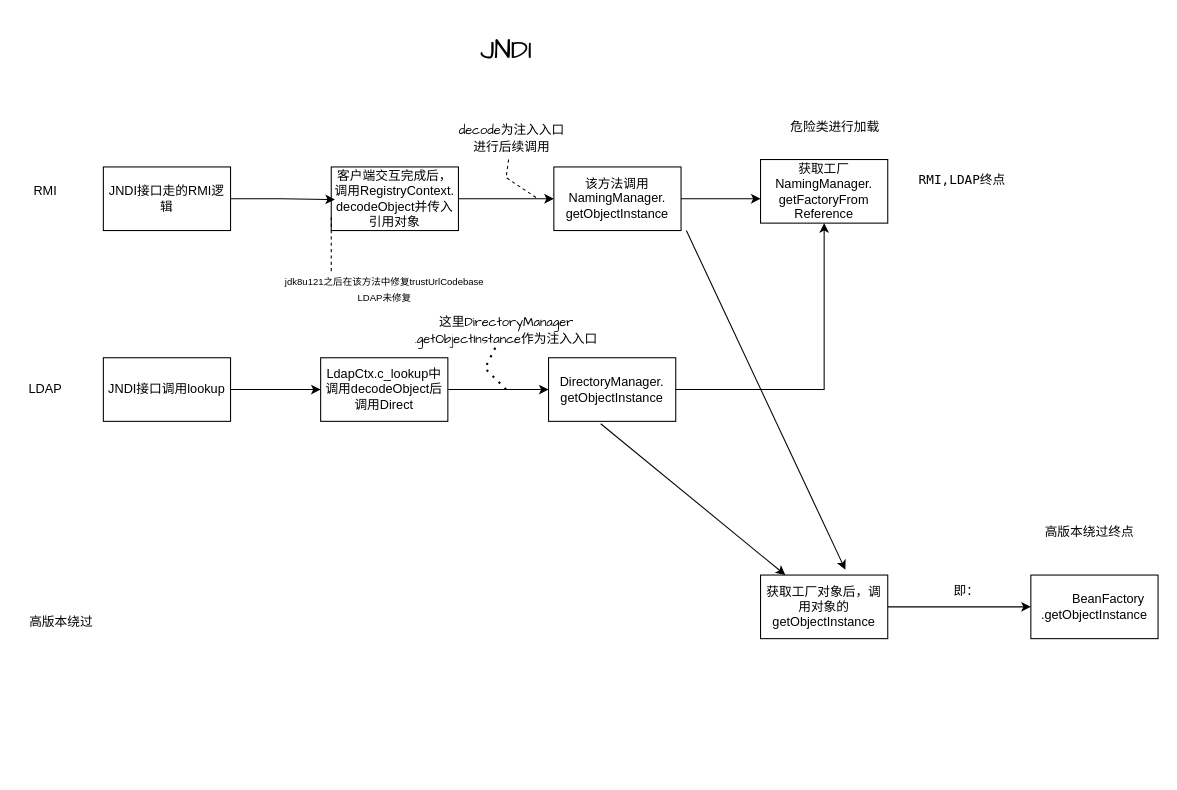
This is java_security.drawio from bxhhf/first-repo, a draw.io file, before an edit. Source tidied: cells renumbered, new cells numbered last; positions are measured from the earlier drawing's top-left corner, leaving out a move shared by most shapes. Both pictures are drawn from the tidied source at 106%, with x=0, y=0 at pixel (18, 18).
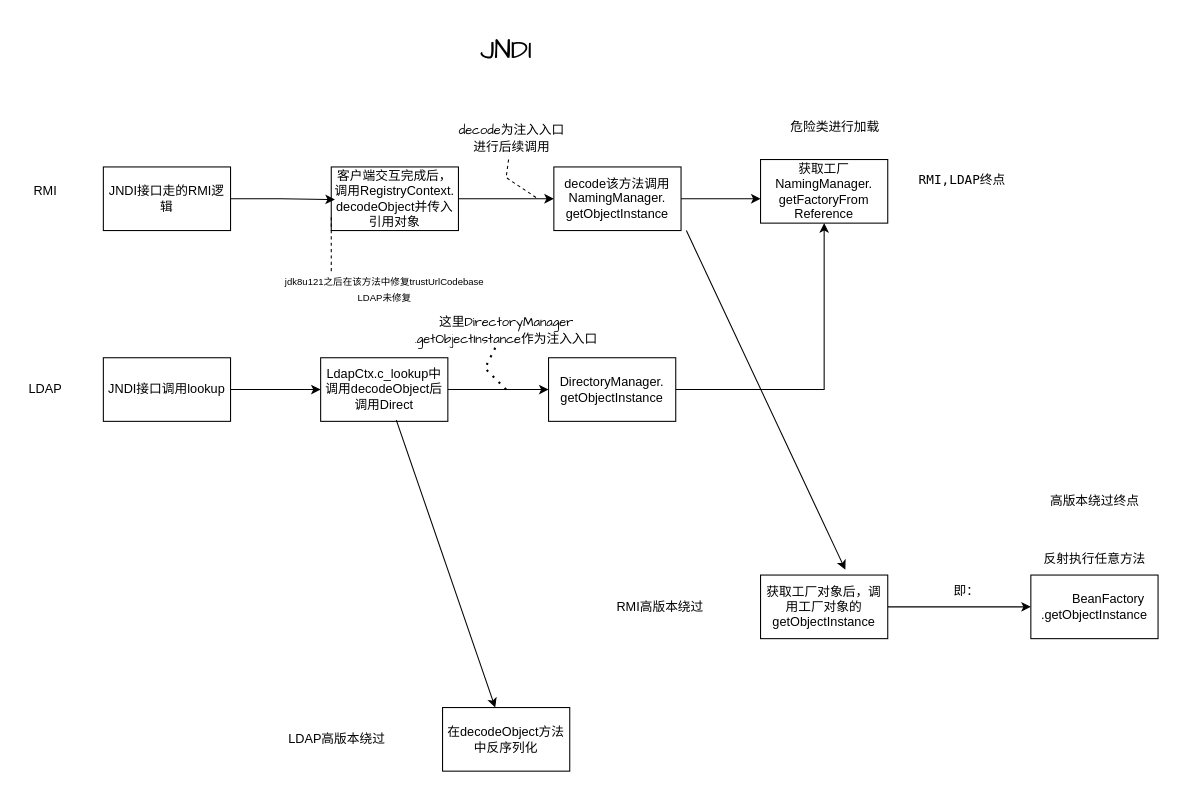
The same diagram, later.

Unchanged cells that the change refers to:
```xml
<mxCell id="20" value="DirectoryManager.&lt;div&gt;getObjectInstance&lt;/div&gt;" style="rounded=0;whiteSpace=wrap;html=1;" parent="1" vertex="1">
  <mxGeometry x="500" y="320" width="120" height="60" as="geometry" />
</mxCell>
```

What changed in the source:
```diff
@@
-    <mxCell id="4" value="该方法调用NamingManager.&lt;div&gt;getObjectInstance&lt;/div&gt;" style="rounded=0;whiteSpace=wrap;html=1;" parent="1" vertex="1">
+    <mxCell id="4" value="decode该方法调用NamingManager.&lt;div&gt;getObjectInstance&lt;/div&gt;" style="rounded=0;whiteSpace=wrap;html=1;" parent="1" vertex="1">
       <mxGeometry x="505" y="140" width="120" height="60" as="geometry" />
     </mxCell>
@@
-    <mxCell id="17" value="LdapCtx.c_lookup中调用decodeObject后调用Direct" style="rounded=0;whiteSpace=wrap;html=1;" parent="1" vertex="1">
+    <mxCell id="17" value="LdapCtx.c_lookup中调用decodeObject&lt;font style=&quot;color: light-dark(rgb(0, 0, 0), rgb(255, 0, 0));&quot;&gt;后&lt;/font&gt;调用Direct" style="rounded=0;whiteSpace=wrap;html=1;" parent="1" vertex="1">
       <mxGeometry x="285" y="320" width="120" height="60" as="geometry" />
     </mxCell>
@@
-    <mxCell id="24" value="高版本绕过" style="text;html=1;align=center;verticalAlign=middle;strokeColor=none;fillColor=none;" parent="1" vertex="1">
-      <mxGeometry y="555" width="80" height="30" as="geometry" />
+    <mxCell id="24" value="&lt;font style=&quot;color: light-dark(rgb(0, 0, 0), rgb(0, 255, 255));&quot;&gt;RMI高版本绕过&lt;/font&gt;" style="text;html=1;align=center;verticalAlign=middle;strokeColor=none;fillColor=none;" parent="1" vertex="1">
+      <mxGeometry x="550" y="540" width="110" height="30" as="geometry" />
     </mxCell>
@@
-    <mxCell id="27" value="&lt;font style=&quot;color: light-dark(rgb(0, 0, 0), rgb(102, 255, 255));&quot;&gt;获取工厂对象后，调用对象的getObjectInstance&lt;/font&gt;" style="rounded=0;whiteSpace=wrap;html=1;" parent="1" vertex="1">
+    <mxCell id="27" value="&lt;font style=&quot;color: light-dark(rgb(0, 0, 0), rgb(102, 255, 255));&quot;&gt;获取工厂对象后，调用工厂对象的getObjectInstance&lt;/font&gt;" style="rounded=0;whiteSpace=wrap;html=1;" parent="1" vertex="1">
       <mxGeometry x="700" y="525" width="120" height="60" as="geometry" />
     </mxCell>
-    <mxCell id="28" value="&lt;font face=&quot;Lucida Console&quot;&gt;RMI,LDAP终点&lt;/font&gt;" style="text;html=1;align=center;verticalAlign=middle;strokeColor=none;fillColor=none;" parent="1" vertex="1">
+    <mxCell id="28" value="&lt;font style=&quot;color: light-dark(rgb(0, 0, 0), rgb(255, 255, 51));&quot; face=&quot;Lucida Console&quot;&gt;RMI,LDAP终点&lt;/font&gt;" style="text;html=1;align=center;verticalAlign=middle;strokeColor=none;fillColor=none;" parent="1" vertex="1">
       <mxGeometry x="835" y="138" width="110" height="30" as="geometry" />
     </mxCell>
-    <mxCell id="29" value="&lt;font style=&quot;color: light-dark(rgb(0, 0, 0), rgb(51, 255, 255));&quot; face=&quot;Garamond&quot;&gt;高版本绕过终点&lt;/font&gt;" style="text;html=1;align=center;verticalAlign=middle;strokeColor=none;fillColor=none;" parent="1" vertex="1">
-      <mxGeometry x="955" y="470" width="110" height="30" as="geometry" />
+    <mxCell id="29" value="&lt;font style=&quot;color: light-dark(rgb(0, 0, 0), rgb(255, 255, 51));&quot; face=&quot;Garamond&quot;&gt;高版本绕过终点&lt;/font&gt;" style="text;html=1;align=center;verticalAlign=middle;strokeColor=none;fillColor=none;" parent="1" vertex="1">
+      <mxGeometry x="960" y="440" width="110" height="30" as="geometry" />
     </mxCell>
@@
-    <mxCell id="33" style="endArrow=classic;html=1;rounded=0;exitX=0.41;exitY=1.038;exitDx=0;exitDy=0;exitPerimeter=0;strokeColor=light-dark(#000000,#00FFFF);" parent="1" edge="1" source="20" target="27">
-      <mxGeometry relative="1" as="geometry" />
-    </mxCell>
+    <mxCell id="34" value="反射执行任意方法" style="text;html=1;align=center;verticalAlign=middle;strokeColor=none;fillColor=none;" parent="1" vertex="1">
+      <mxGeometry x="955" y="495" width="120" height="30" as="geometry" />
+    </mxCell>
+    <mxCell id="35" style="endArrow=classic;html=1;rounded=0;exitX=0.595;exitY=0.98;exitDx=0;exitDy=0;exitPerimeter=0;strokeColor=light-dark(#000000,#00FFFF);" parent="1" edge="1" source="17" target="36">
+      <mxGeometry relative="1" as="geometry" />
+    </mxCell>
+    <mxCell id="36" value="在decodeObject方法中反序列化" style="rounded=0;whiteSpace=wrap;html=1;" parent="1" vertex="1">
+      <mxGeometry x="400" y="650" width="120" height="60" as="geometry" />
+    </mxCell>
+    <mxCell id="37" value="&lt;font style=&quot;color: light-dark(rgb(0, 0, 0), rgb(0, 255, 255));&quot;&gt;LDAP高版本绕过&lt;/font&gt;" style="text;html=1;align=center;verticalAlign=middle;strokeColor=none;fillColor=none;" parent="1" vertex="1">
+      <mxGeometry x="245" y="665" width="110" height="30" as="geometry" />
+    </mxCell>
```
